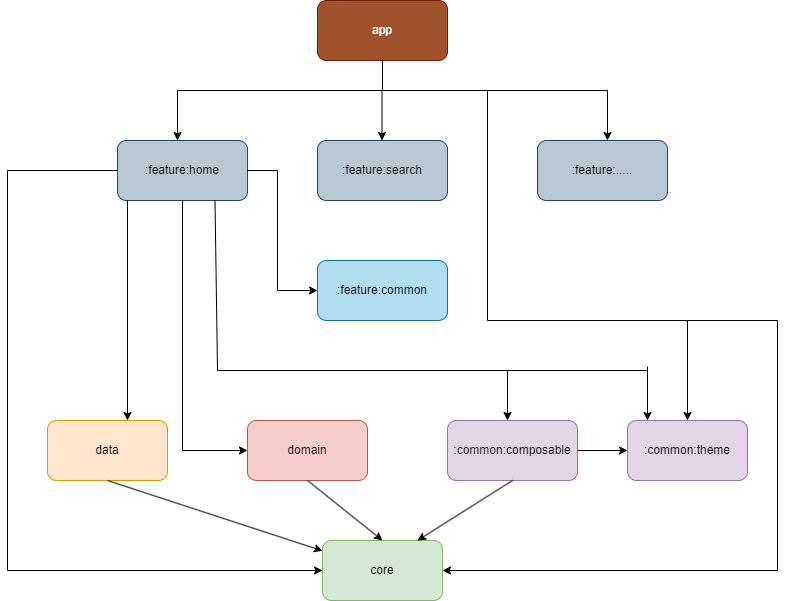
The draw.io diagram images/modularization.png in DuyPhanQuang/qualgoo, before a commit. Source tidied: cells renumbered, new cells last; positions are measured from the earlier drawing's top-left corner, leaving out a move shared by most shapes.
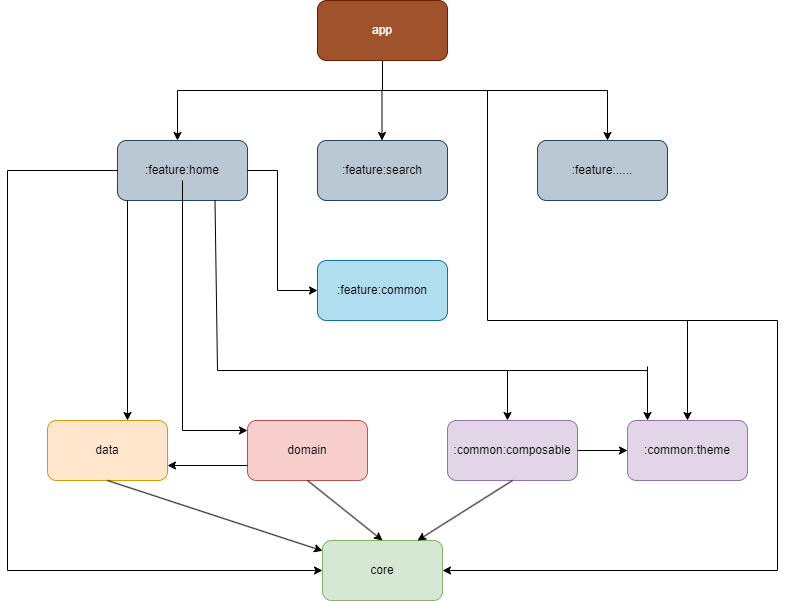
Above is the later version.

Commit message:
replace latest uml

What changed in the source:
```diff
@@ -100,10 +100,12 @@
         </Array>
       </mxGeometry>
     </mxCell>
-    <mxCell id="24" style="endArrow=classic;html=1;rounded=0;exitX=0.5;exitY=1;exitDx=0;exitDy=0;" parent="1" edge="1" source="8" target="4">
+    <mxCell id="24" style="endArrow=classic;html=1;rounded=0;exitX=0.5;exitY=1;exitDx=0;exitDy=0;" parent="1" edge="1">
       <mxGeometry relative="1" as="geometry">
+        <mxPoint x="175" y="180" as="sourcePoint" />
+        <mxPoint x="240" y="430" as="targetPoint" />
         <Array as="points">
-          <mxPoint x="175" y="450" />
+          <mxPoint x="175" y="430" />
         </Array>
       </mxGeometry>
     </mxCell>
@@ -153,5 +155,8 @@
         <mxPoint x="410" y="540" as="targetPoint" />
       </mxGeometry>
     </mxCell>
+    <mxCell id="33" style="endArrow=classic;html=1;rounded=0;exitX=0;exitY=0.75;exitDx=0;exitDy=0;entryX=1;entryY=0.75;entryDx=0;entryDy=0;" parent="1" edge="1" source="4" target="3">
+      <mxGeometry relative="1" as="geometry" />
+    </mxCell>
   </root>
 </mxGraphModel>
```
